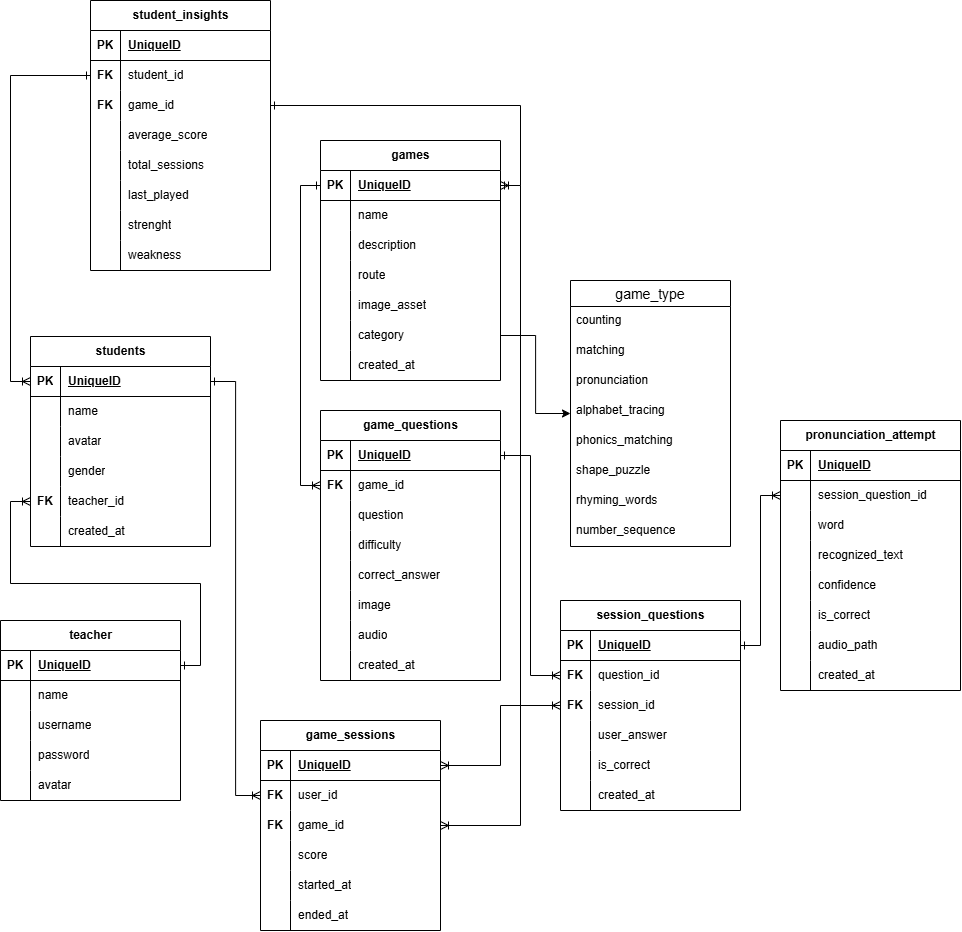
Before: docs/kidtastic_erd.drawio.png, a diagram exported from draw.io (5kydriven/kidtastic_flutter). Source tidied: cells renumbered, new cells last; positions are measured from the earlier drawing's top-left corner, leaving out a move shared by most shapes.
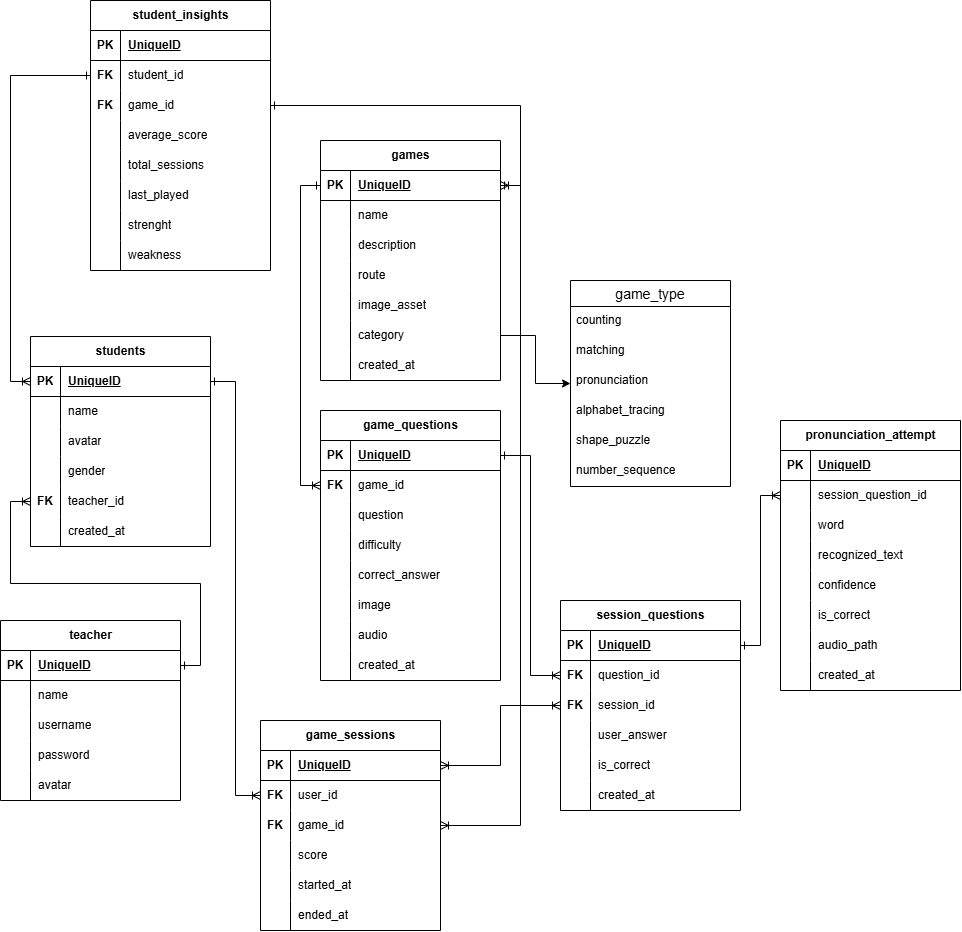
Later version of the same file.

Diff of the diagram source:
```diff
@@ -330,7 +330,7 @@
       <mxGeometry relative="1" as="geometry" />
     </mxCell>
     <mxCell id="111" value="game_type" style="swimlane;fontStyle=0;horizontal=1;startSize=26;align=center;fontSize=14;" parent="1" vertex="1">
-      <mxGeometry x="570" y="280" width="160" height="266" as="geometry" />
+      <mxGeometry x="570" y="280" width="160" height="206" as="geometry" />
     </mxCell>
     <mxCell id="112" value="counting" style="text;strokeColor=none;fillColor=none;spacingLeft=4;spacingRight=4;overflow=hidden;fontSize=12;whiteSpace=wrap;html=1;" parent="111" vertex="1">
       <mxGeometry y="26" width="160" height="30" as="geometry" />
@@ -344,17 +344,11 @@
     <mxCell id="115" value="alphabet_tracing" style="text;strokeColor=none;fillColor=none;spacingLeft=4;spacingRight=4;overflow=hidden;fontSize=12;whiteSpace=wrap;html=1;" parent="111" vertex="1">
       <mxGeometry y="116" width="160" height="30" as="geometry" />
     </mxCell>
-    <mxCell id="116" value="phonics_matching" style="text;strokeColor=none;fillColor=none;spacingLeft=4;spacingRight=4;overflow=hidden;fontSize=12;whiteSpace=wrap;html=1;" parent="111" vertex="1">
-      <mxGeometry y="146" width="160" height="30" as="geometry" />
-    </mxCell>
     <mxCell id="117" value="shape_puzzle" style="text;strokeColor=none;fillColor=none;spacingLeft=4;spacingRight=4;overflow=hidden;fontSize=12;whiteSpace=wrap;html=1;" parent="111" vertex="1">
-      <mxGeometry y="176" width="160" height="30" as="geometry" />
+      <mxGeometry y="146" width="160" height="30" as="geometry" />
     </mxCell>
-    <mxCell id="118" value="rhyming_words" style="text;strokeColor=none;fillColor=none;spacingLeft=4;spacingRight=4;overflow=hidden;fontSize=12;whiteSpace=wrap;html=1;" parent="111" vertex="1">
-      <mxGeometry y="206" width="160" height="30" as="geometry" />
-    </mxCell>
     <mxCell id="119" value="number_sequence" style="text;strokeColor=none;fillColor=none;spacingLeft=4;spacingRight=4;overflow=hidden;fontSize=12;whiteSpace=wrap;html=1;" parent="111" vertex="1">
-      <mxGeometry y="236" width="160" height="30" as="geometry" />
+      <mxGeometry y="176" width="160" height="30" as="geometry" />
     </mxCell>
     <mxCell id="120" style="edgeStyle=orthogonalEdgeStyle;rounded=0;jettySize=auto;html=1;exitX=1;exitY=0.5;exitDx=0;exitDy=0;entryX=0;entryY=0.5;entryDx=0;entryDy=0;" parent="1" edge="1" source="37" target="111">
       <mxGeometry relative="1" as="geometry" />
```
